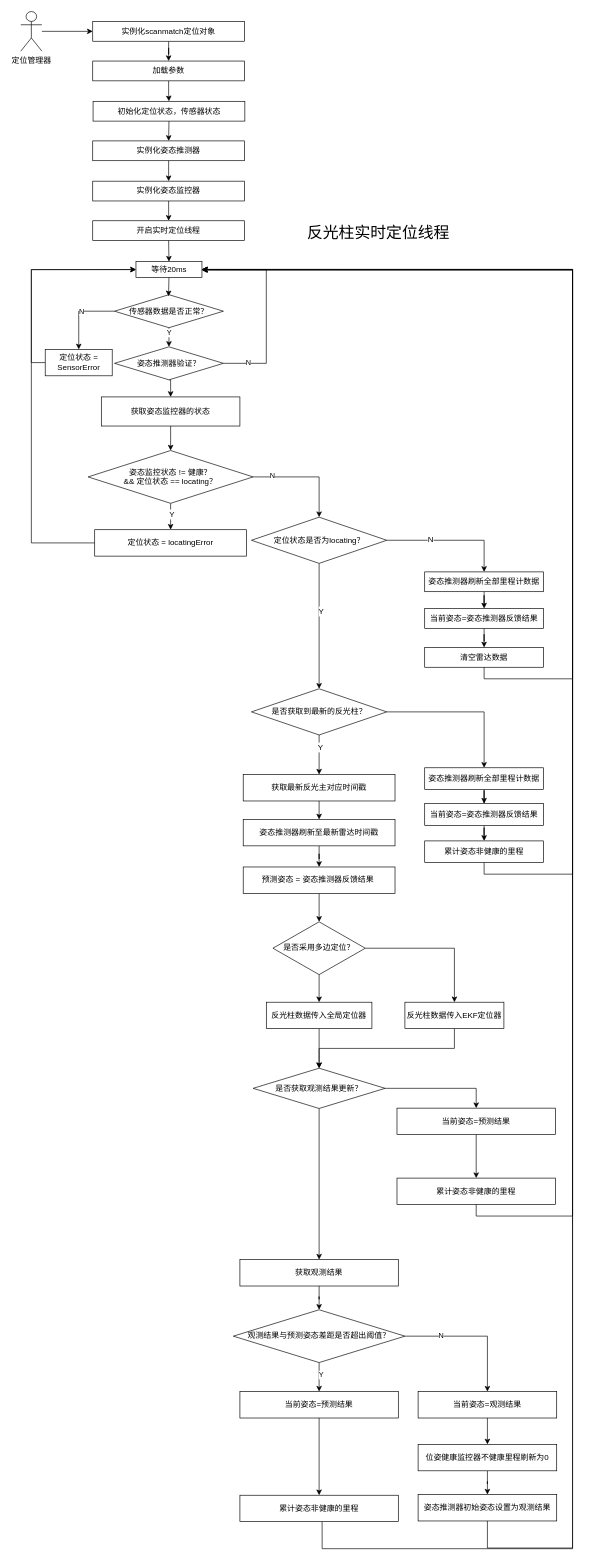
Above: page "反光柱定位" (10 of 10) of 建图定位调用.drawio in sdu-rjy/doc (draw.io), before the change. Source tidied: cells renumbered, new cells numbered last; positions are measured from the earlier drawing's top-left corner, leaving out a move shared by most shapes. Both pictures are drawn from the tidied source at 66%, with x=0, y=0 at pixel (20, 11).
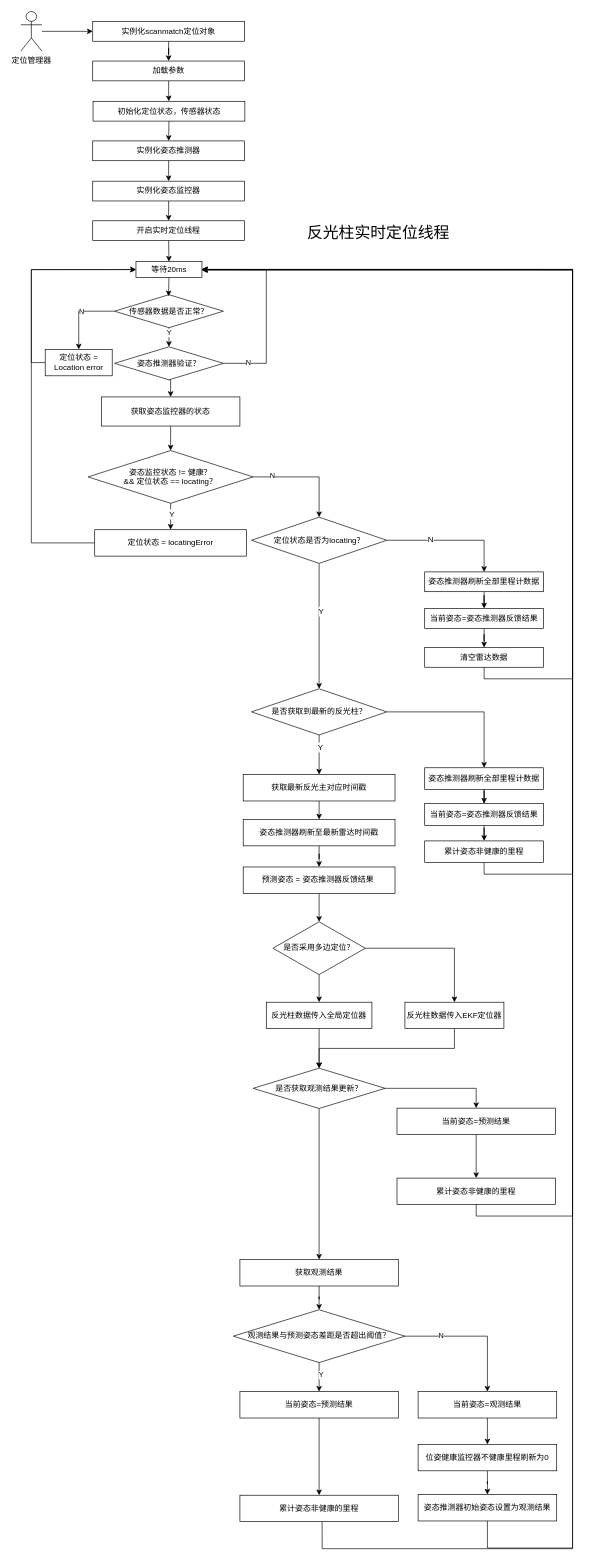
After the change.

Change to the diagram source:
```diff
@@
-    <mxCell id="96" value="定位状态 = SensorError" style="rounded=0;whiteSpace=wrap;html=1;" parent="1" vertex="1">
+    <mxCell id="96" value="定位状态 = Location error" style="rounded=0;whiteSpace=wrap;html=1;" parent="1" vertex="1">
       <mxGeometry x="37" y="511.9" width="101.5" height="40" as="geometry" />
     </mxCell>
```
